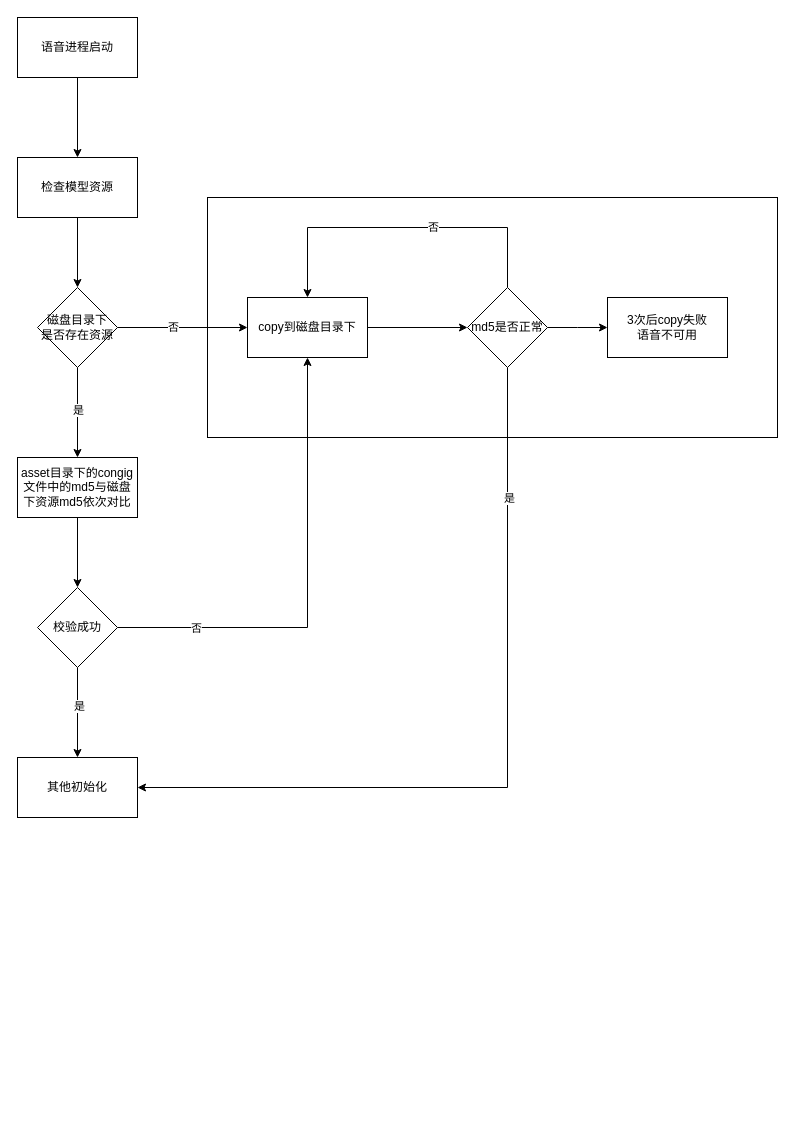
Earlier version of the draw.io diagram page "copy" (30 of 31) of 未命名绘图.drawio (songlongGithub/CustomDemo). Source tidied: cells renumbered, new cells numbered last; positions are measured from the earlier drawing's top-left corner, leaving out a move shared by most shapes. Both pictures are drawn from the tidied source at 100%, with x=0, y=0 at pixel (17, 17).
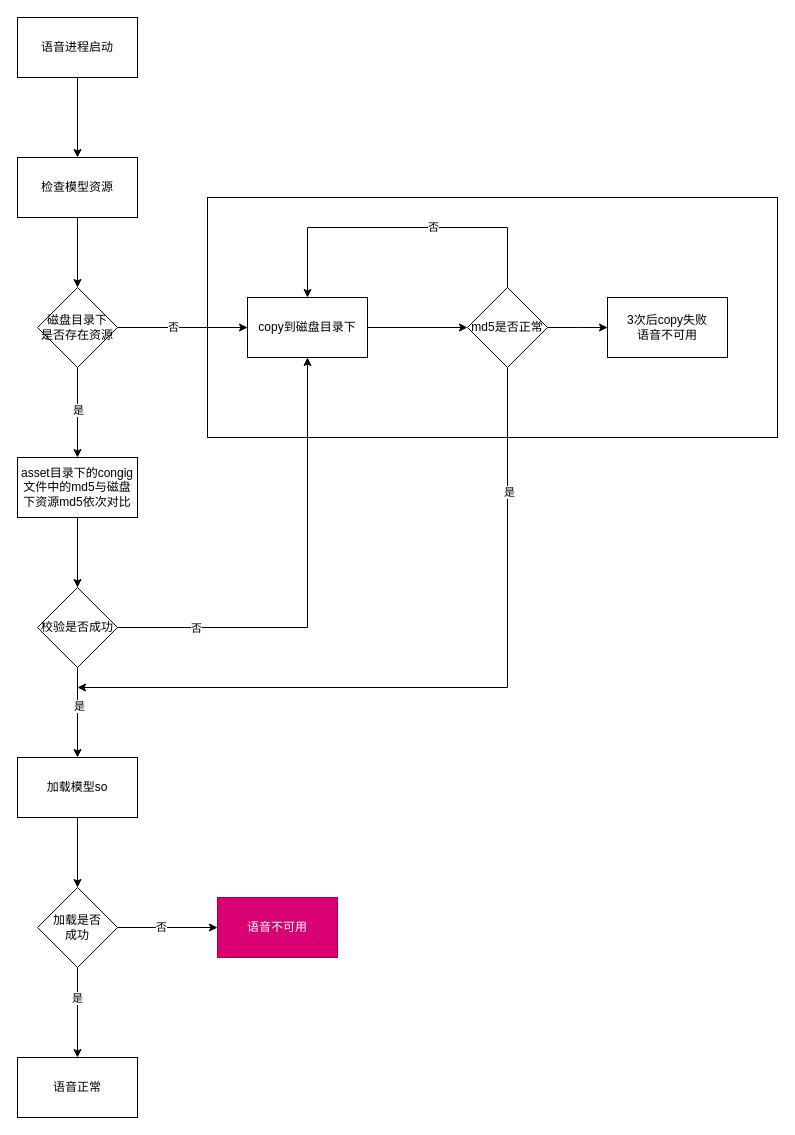
After the change.

Unchanged cells that the change refers to:
```xml
<mxCell id="27" value="md5是否正常" style="rhombus;whiteSpace=wrap;html=1;rounded=0;" parent="1" vertex="1">
  <mxGeometry x="450" y="270" width="80" height="80" as="geometry" />
</mxCell>
```

Change to the diagram source:
```diff
@@
-    <mxCell id="18" value="校验成功" style="rhombus;whiteSpace=wrap;html=1;rounded=0;" parent="1" vertex="1">
+    <mxCell id="18" value="校验是否成功" style="rhombus;whiteSpace=wrap;html=1;rounded=0;" parent="1" vertex="1">
       <mxGeometry x="20" y="570" width="80" height="80" as="geometry" />
     </mxCell>
+    <mxCell id="29" style="edgeStyle=orthogonalEdgeStyle;rounded=0;jettySize=auto;html=1;" parent="1" edge="1" source="19" target="34">
+      <mxGeometry relative="1" as="geometry" />
+    </mxCell>
-    <mxCell id="19" value="其他初始化" style="whiteSpace=wrap;html=1;rounded=0;" parent="1" vertex="1">
+    <mxCell id="19" value="加载模型so" style="whiteSpace=wrap;html=1;rounded=0;" parent="1" vertex="1">
       <mxGeometry y="740" width="120" height="60" as="geometry" />
     </mxCell>
@@
-    <mxCell id="22" style="edgeStyle=orthogonalEdgeStyle;rounded=0;jettySize=auto;html=1;entryX=1;entryY=0.5;entryDx=0;entryDy=0;" parent="1" edge="1" source="27" target="19">
+    <mxCell id="22" style="edgeStyle=orthogonalEdgeStyle;rounded=0;jettySize=auto;html=1;" parent="1" edge="1" source="27">
       <mxGeometry relative="1" as="geometry">
+        <mxPoint x="60" y="670" as="targetPoint" />
         <Array as="points">
-          <mxPoint x="490" y="770" />
+          <mxPoint x="490" y="670" />
         </Array>
       </mxGeometry>
     </mxCell>
@@
+    <mxCell id="30" style="edgeStyle=orthogonalEdgeStyle;rounded=0;jettySize=auto;html=1;" parent="1" edge="1" source="34" target="35">
+      <mxGeometry relative="1" as="geometry" />
+    </mxCell>
+    <mxCell id="31" value="是" style="edgeLabel;html=1;align=center;verticalAlign=middle;" parent="30" vertex="1">
+      <mxGeometry x="-0.3" y="-1" relative="1" as="geometry">
+        <mxPoint y="-1" as="offset" />
+      </mxGeometry>
+    </mxCell>
+    <mxCell id="32" style="edgeStyle=orthogonalEdgeStyle;rounded=0;jettySize=auto;html=1;" parent="1" edge="1" source="34" target="36">
+      <mxGeometry relative="1" as="geometry" />
+    </mxCell>
+    <mxCell id="33" value="否" style="edgeLabel;html=1;align=center;verticalAlign=middle;" parent="32" vertex="1">
+      <mxGeometry x="-0.13" y="1" relative="1" as="geometry">
+        <mxPoint x="-1" as="offset" />
+      </mxGeometry>
+    </mxCell>
+    <mxCell id="34" value="加载是否&lt;div&gt;成功&lt;/div&gt;" style="rhombus;whiteSpace=wrap;html=1;rounded=0;" parent="1" vertex="1">
+      <mxGeometry x="20" y="870" width="80" height="80" as="geometry" />
+    </mxCell>
+    <mxCell id="35" value="语音正常" style="whiteSpace=wrap;html=1;rounded=0;" parent="1" vertex="1">
+      <mxGeometry y="1040" width="120" height="60" as="geometry" />
+    </mxCell>
+    <mxCell id="36" value="语音不可用" style="whiteSpace=wrap;html=1;rounded=0;fillColor=#d80073;fontColor=#ffffff;strokeColor=#A50040;" parent="1" vertex="1">
+      <mxGeometry x="200" y="880" width="120" height="60" as="geometry" />
+    </mxCell>
```
